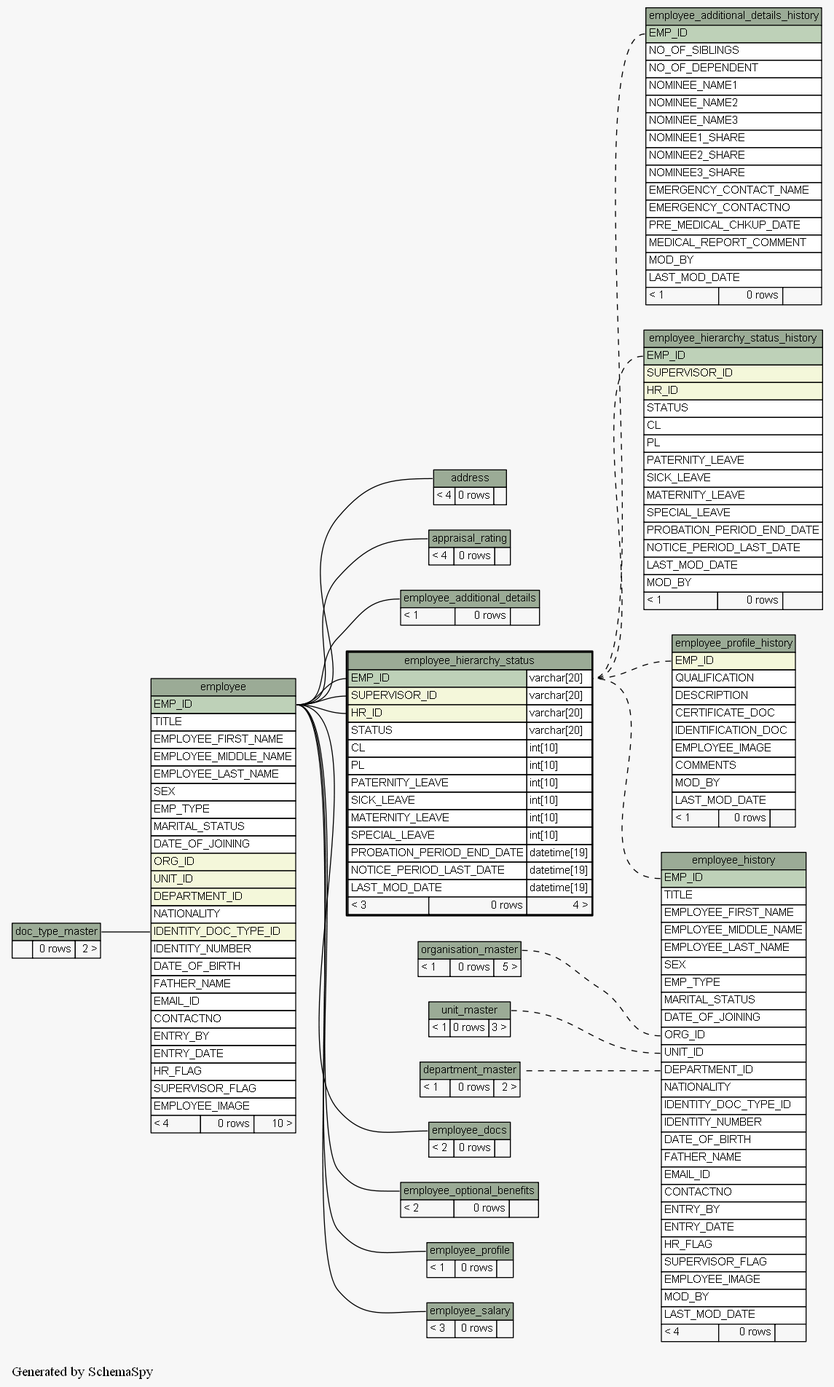
Earlier version of the Graphviz export docs/database/schemaspy/graphs/employee_hierarchy_status.implied2degrees.png (engineerscraft/hrms). Its source is kept beside it as docs/database/schemaspy/graphs/employee_hierarchy_status.implied2degrees.dot.
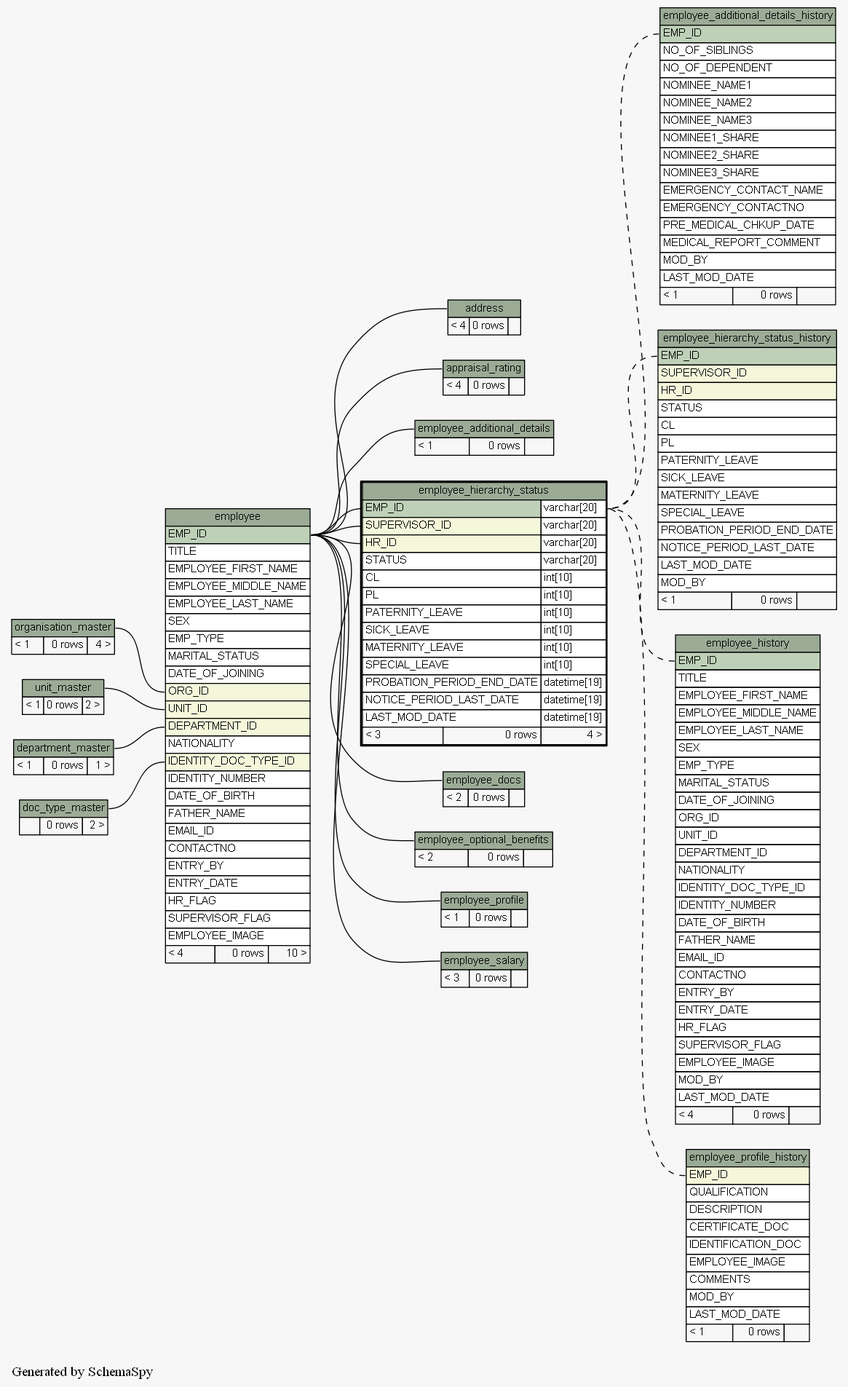
The same diagram one commit later.

Change to the diagram source:
```diff
@@ -15,7 +15,10 @@
   ];
   "address":"address.heading":w -> "employee":"EMP_ID":e [arrowtail=tee arrowhead=none];
   "appraisal_rating":"appraisal_rating.heading":w -> "employee":"EMP_ID":e [arrowtail=crowtee arrowhead=none];
+  "employee":"DEPARTMENT_ID":w -> "department_master":"department_master.heading":e [arrowtail=crowodot arrowhead=none];
   "employee":"IDENTITY_DOC_TYPE_ID":w -> "doc_type_master":"doc_type_master.heading":e [arrowtail=crowodot arrowhead=none];
+  "employee":"ORG_ID":w -> "organisation_master":"organisation_master.heading":e [arrowtail=crowodot arrowhead=none];
+  "employee":"UNIT_ID":w -> "unit_master":"unit_master.heading":e [arrowtail=crowodot arrowhead=none];
   "employee_additional_details":"employee_additional_details.heading":w -> "employee":"EMP_ID":e [arrowtail=tee arrowhead=none];
   "employee_additional_details_history":"EMP_ID":w -> "employee_hierarchy_status":"EMP_ID.type":e [arrowtail=tee arrowhead=none style=dashed];
   "employee_docs":"employee_docs.heading":w -> "employee":"EMP_ID":e [arrowtail=crowtee arrowhead=none];
@@ -23,10 +26,7 @@
   "employee_hierarchy_status":"HR_ID":w -> "employee":"EMP_ID":e [arrowtail=crowodot arrowhead=none];
   "employee_hierarchy_status":"SUPERVISOR_ID":w -> "employee":"EMP_ID":e [arrowtail=crowodot arrowhead=none];
   "employee_hierarchy_status_history":"EMP_ID":w -> "employee_hierarchy_status":"EMP_ID.type":e [arrowtail=tee arrowhead=none style=dashed];
-  "employee_history":"DEPARTMENT_ID":w -> "department_master":"department_master.heading":e [arrowtail=crowodot arrowhead=none style=dashed];
   "employee_history":"EMP_ID":w -> "employee_hierarchy_status":"EMP_ID.type":e [arrowtail=tee arrowhead=none style=dashed];
-  "employee_history":"ORG_ID":w -> "organisation_master":"organisation_master.heading":e [arrowtail=crowodot arrowhead=none style=dashed];
-  "employee_history":"UNIT_ID":w -> "unit_master":"unit_master.heading":e [arrowtail=crowodot arrowhead=none style=dashed];
   "employee_optional_benefits":"employee_optional_benefits.heading":w -> "employee":"EMP_ID":e [arrowtail=crowodot arrowhead=none];
   "employee_profile":"employee_profile.heading":w -> "employee":"EMP_ID":e [arrowtail=tee arrowhead=none];
   "employee_profile_history":"EMP_ID":w -> "employee_hierarchy_status":"EMP_ID.type":e [arrowtail=crowodot arrowhead=none style=dashed];
@@ -53,7 +53,7 @@
     label=<
     <TABLE BORDER="0" CELLBORDER="1" CELLSPACING="0" BGCOLOR="#ffffff">
       <TR><TD PORT="department_master.heading" COLSPAN="3" BGCOLOR="#9bab96" ALIGN="CENTER">department_master</TD></TR>
-      <TR><TD ALIGN="LEFT" BGCOLOR="#f7f7f7">&lt; 1</TD><TD ALIGN="RIGHT" BGCOLOR="#f7f7f7">0 rows</TD><TD ALIGN="RIGHT" BGCOLOR="#f7f7f7">2 &gt;</TD></TR>
+      <TR><TD ALIGN="LEFT" BGCOLOR="#f7f7f7">&lt; 1</TD><TD ALIGN="RIGHT" BGCOLOR="#f7f7f7">0 rows</TD><TD ALIGN="RIGHT" BGCOLOR="#f7f7f7">1 &gt;</TD></TR>
     </TABLE>>
     URL="department_master.html#graph"
     tooltip="department_master"
@@ -271,7 +271,7 @@
     label=<
     <TABLE BORDER="0" CELLBORDER="1" CELLSPACING="0" BGCOLOR="#ffffff">
       <TR><TD PORT="organisation_master.heading" COLSPAN="3" BGCOLOR="#9bab96" ALIGN="CENTER">organisation_master</TD></TR>
-      <TR><TD ALIGN="LEFT" BGCOLOR="#f7f7f7">&lt; 1</TD><TD ALIGN="RIGHT" BGCOLOR="#f7f7f7">0 rows</TD><TD ALIGN="RIGHT" BGCOLOR="#f7f7f7">5 &gt;</TD></TR>
+      <TR><TD ALIGN="LEFT" BGCOLOR="#f7f7f7">&lt; 1</TD><TD ALIGN="RIGHT" BGCOLOR="#f7f7f7">0 rows</TD><TD ALIGN="RIGHT" BGCOLOR="#f7f7f7">4 &gt;</TD></TR>
     </TABLE>>
     URL="organisation_master.html#graph"
     tooltip="organisation_master"
@@ -280,7 +280,7 @@
     label=<
     <TABLE BORDER="0" CELLBORDER="1" CELLSPACING="0" BGCOLOR="#ffffff">
       <TR><TD PORT="unit_master.heading" COLSPAN="3" BGCOLOR="#9bab96" ALIGN="CENTER">unit_master</TD></TR>
-      <TR><TD ALIGN="LEFT" BGCOLOR="#f7f7f7">&lt; 1</TD><TD ALIGN="RIGHT" BGCOLOR="#f7f7f7">0 rows</TD><TD ALIGN="RIGHT" BGCOLOR="#f7f7f7">3 &gt;</TD></TR>
+      <TR><TD ALIGN="LEFT" BGCOLOR="#f7f7f7">&lt; 1</TD><TD ALIGN="RIGHT" BGCOLOR="#f7f7f7">0 rows</TD><TD ALIGN="RIGHT" BGCOLOR="#f7f7f7">2 &gt;</TD></TR>
     </TABLE>>
     URL="unit_master.html#graph"
     tooltip="unit_master"
```
